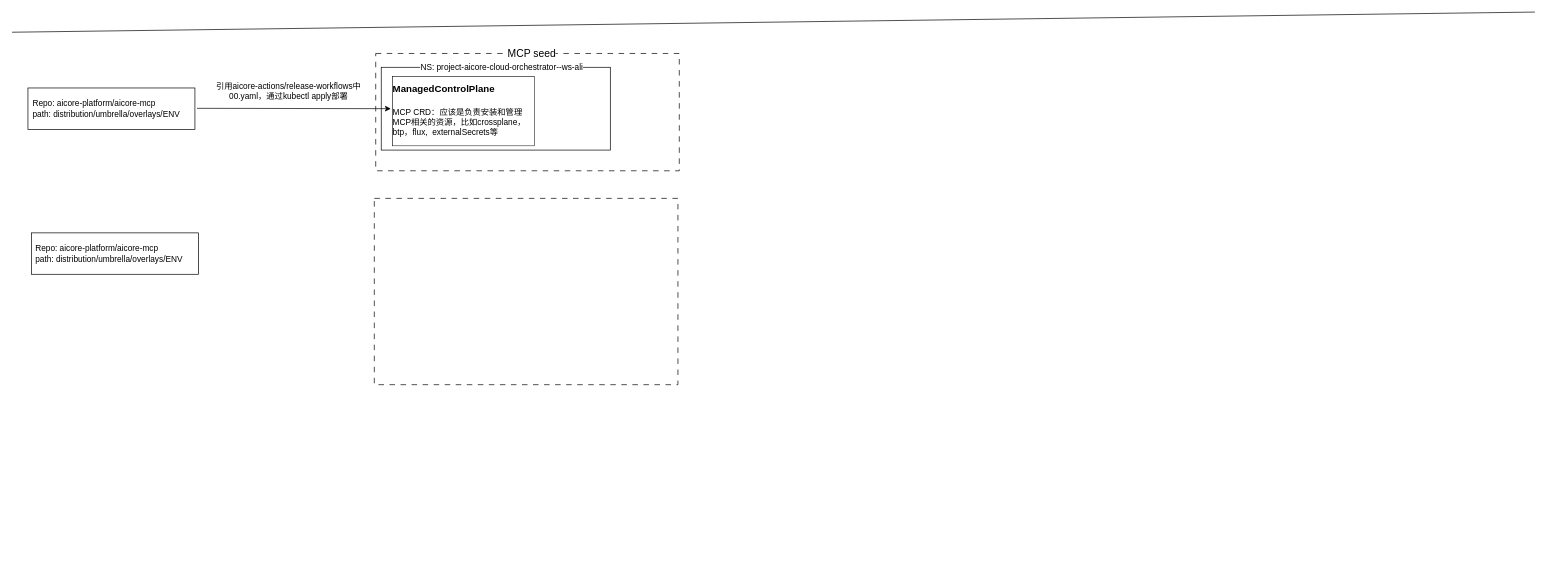
This is Drawio/MCP.drawio from polark-bit/StudyGit, a draw.io file, before an edit. Source tidied: cells renumbered, new cells numbered last; positions are measured from the earlier drawing's top-left corner, leaving out a move shared by most shapes. Both pictures are drawn from the tidied source at 69%, with x=0, y=0 at pixel (12, 12).
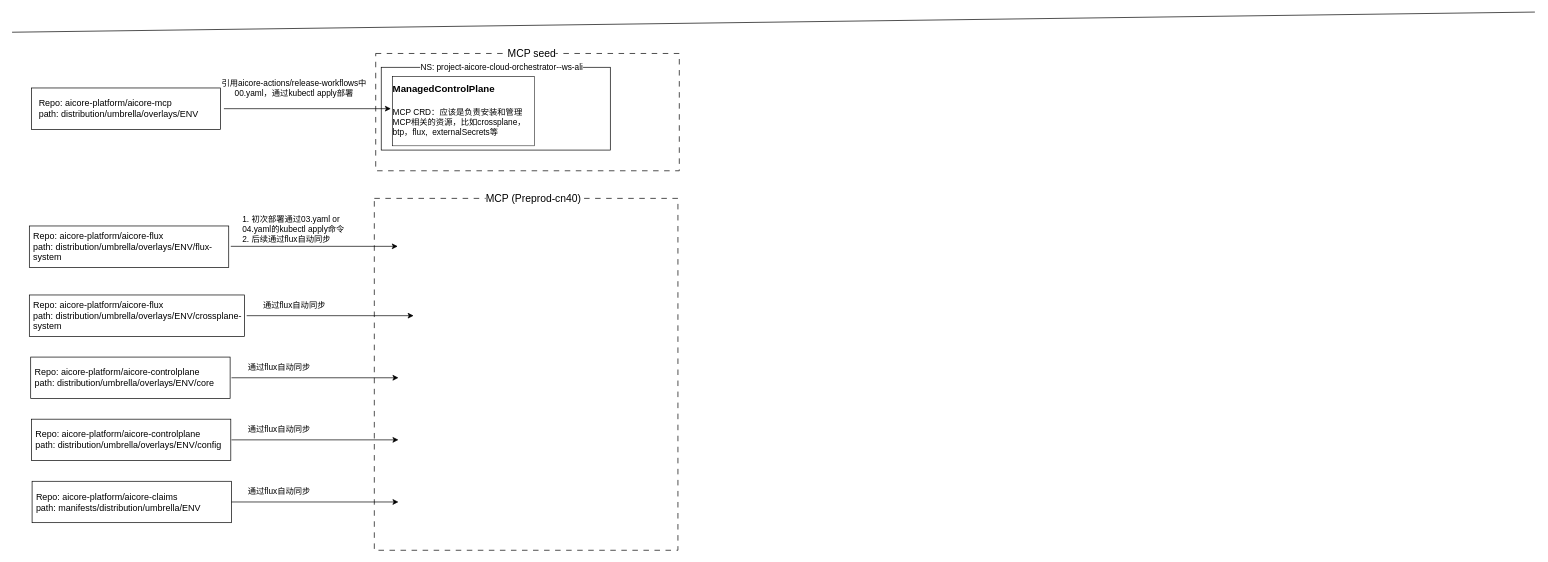
The same diagram, later.

Unchanged cells that the change refers to:
```xml
<mxCell id="11" value="&lt;h1 style=&quot;margin-top: 0px;&quot;&gt;&lt;font style=&quot;font-size: 14px;&quot;&gt;ManagedControlPlane&lt;/font&gt;&lt;/h1&gt;&lt;p&gt;MCP CRD：应该是负责安装和管理MCP相关的资源，比如crossplane，btp，flux,&amp;nbsp; externalSecrets等&lt;/p&gt;" style="text;html=1;whiteSpace=wrap;overflow=hidden;rounded=0;labelBorderColor=default;spacingTop=1;spacingLeft=0;spacingRight=3;align=left;" parent="1" vertex="1">
  <mxGeometry x="549" y="85" width="212" height="110" as="geometry" />
</mxCell>
```

Diff of the diagram source:
```diff
@@
     <mxCell id="4" style="rounded=0;whiteSpace=wrap;html=1;dashed=1;dashPattern=8 8;" parent="1" vertex="1">
-      <mxGeometry x="525" y="270" width="440" height="270" as="geometry" />
+      <mxGeometry x="525" y="270" width="440" height="510" as="geometry" />
     </mxCell>
     <mxCell id="5" style="rounded=0;whiteSpace=wrap;html=1;" parent="1" vertex="1">
-      <mxGeometry x="23" y="110" width="242" height="60" as="geometry" />
+      <mxGeometry x="28" y="110" width="274" height="60" as="geometry" />
     </mxCell>
-    <mxCell id="6" value="Repo:&amp;nbsp;aicore-platform/aicore-mcp&lt;div&gt;path:&amp;nbsp;distribution/umbrella/overlays/ENV&lt;/div&gt;" style="text;html=1;whiteSpace=wrap;strokeColor=none;fillColor=none;align=left;verticalAlign=middle;rounded=0;" parent="1" vertex="1">
-      <mxGeometry x="28" y="110" width="215" height="60" as="geometry" />
+    <mxCell id="6" value="Repo:&amp;nbsp;aicore-platform/aicore-mcp&lt;div&gt;path:&amp;nbsp;distribution/umbrella/overlays/ENV&lt;/div&gt;" style="text;html=1;whiteSpace=wrap;strokeColor=none;fillColor=none;align=left;verticalAlign=middle;rounded=0;fontSize=13;" parent="1" vertex="1">
+      <mxGeometry x="37" y="110" width="215" height="60" as="geometry" />
     </mxCell>
     <mxCell id="7" value="&lt;div&gt;引用aicore-actions/release-workflows中&lt;/div&gt;00.yaml，通过kubectl apply部署" style="text;html=1;whiteSpace=wrap;strokeColor=none;fillColor=none;align=center;verticalAlign=middle;rounded=0;" parent="1" vertex="1">
-      <mxGeometry x="275" y="100" width="252" height="30" as="geometry" />
+      <mxGeometry x="298" y="95" width="222" height="30" as="geometry" />
     </mxCell>
@@
     <mxCell id="12" style="endArrow=classic;html=1;rounded=0;entryX=0;entryY=0.5;entryDx=0;entryDy=0;" parent="1" edge="1" target="11">
       <mxGeometry relative="1" as="geometry">
-        <mxPoint x="268" y="139.5" as="sourcePoint" />
+        <mxPoint x="307" y="140" as="sourcePoint" />
       </mxGeometry>
     </mxCell>
     <mxCell id="13" style="rounded=0;whiteSpace=wrap;html=1;" parent="1" vertex="1">
-      <mxGeometry x="28" y="320" width="242" height="60" as="geometry" />
+      <mxGeometry x="25" y="310" width="289" height="60" as="geometry" />
     </mxCell>
-    <mxCell id="14" value="Repo:&amp;nbsp;aicore-platform/aicore-mcp&lt;div&gt;path:&amp;nbsp;distribution/umbrella/overlays/ENV&lt;/div&gt;" style="text;html=1;whiteSpace=wrap;strokeColor=none;fillColor=none;align=left;verticalAlign=middle;rounded=0;" parent="1" vertex="1">
-      <mxGeometry x="32" y="320" width="215" height="60" as="geometry" />
+    <mxCell id="14" value="Repo:&amp;nbsp;aicore-platform/aicore-flux&lt;div&gt;path:&amp;nbsp;&lt;span style=&quot;background-color: transparent; color: light-dark(rgb(0, 0, 0), rgb(255, 255, 255));&quot;&gt;distribution/umbrella/overlays/ENV/flux-system&lt;/span&gt;&lt;/div&gt;" style="text;html=1;whiteSpace=wrap;strokeColor=none;fillColor=none;align=left;verticalAlign=middle;rounded=0;fontSize=13;" parent="1" vertex="1">
+      <mxGeometry x="29" y="310" width="300" height="60" as="geometry" />
     </mxCell>
+    <mxCell id="15" value="&lt;div&gt;1. 初次部署通过&lt;span style=&quot;background-color: transparent; color: light-dark(rgb(0, 0, 0), rgb(255, 255, 255));&quot;&gt;03.yaml or 04.yaml的kubectl apply命令&lt;/span&gt;&lt;/div&gt;&lt;div&gt;&lt;span style=&quot;background-color: transparent; color: light-dark(rgb(0, 0, 0), rgb(255, 255, 255));&quot;&gt;2. 后续通过flux自动同步&lt;/span&gt;&lt;/div&gt;" style="text;html=1;whiteSpace=wrap;strokeColor=none;fillColor=none;align=left;verticalAlign=middle;rounded=0;" parent="1" vertex="1">
+      <mxGeometry x="332" y="300" width="170" height="30" as="geometry" />
+    </mxCell>
+    <mxCell id="16" style="rounded=0;whiteSpace=wrap;html=1;" parent="1" vertex="1">
+      <mxGeometry x="25" y="410" width="312" height="60" as="geometry" />
+    </mxCell>
+    <mxCell id="17" value="Repo:&amp;nbsp;aicore-platform/aicore-flux&lt;div&gt;path:&amp;nbsp;&lt;span style=&quot;background-color: transparent; color: light-dark(rgb(0, 0, 0), rgb(255, 255, 255));&quot;&gt;distribution/umbrella/overlays/ENV/crossplane-system&lt;/span&gt;&lt;/div&gt;" style="text;html=1;whiteSpace=wrap;strokeColor=none;fillColor=none;align=left;verticalAlign=middle;rounded=0;fontSize=13;" parent="1" vertex="1">
+      <mxGeometry x="29" y="410" width="268" height="60" as="geometry" />
+    </mxCell>
+    <mxCell id="18" value="&lt;div&gt;&lt;span style=&quot;background-color: transparent; color: light-dark(rgb(0, 0, 0), rgb(255, 255, 255));&quot;&gt;通过flux自动同步&lt;/span&gt;&lt;/div&gt;" style="text;html=1;whiteSpace=wrap;strokeColor=none;fillColor=none;align=left;verticalAlign=middle;rounded=0;" parent="1" vertex="1">
+      <mxGeometry x="362" y="410" width="105" height="30" as="geometry" />
+    </mxCell>
+    <mxCell id="19" style="rounded=0;whiteSpace=wrap;html=1;" parent="1" vertex="1">
+      <mxGeometry x="27" y="500" width="289" height="60" as="geometry" />
+    </mxCell>
+    <mxCell id="20" value="Repo:&amp;nbsp;aicore-platform/aicore-controlplane&lt;div&gt;path:&amp;nbsp;&lt;span style=&quot;background-color: transparent; color: light-dark(rgb(0, 0, 0), rgb(255, 255, 255));&quot;&gt;distribution/umbrella/overlays/ENV/core&lt;/span&gt;&lt;/div&gt;" style="text;html=1;whiteSpace=wrap;strokeColor=none;fillColor=none;align=left;verticalAlign=middle;rounded=0;fontSize=13;" parent="1" vertex="1">
+      <mxGeometry x="31" y="500" width="300" height="60" as="geometry" />
+    </mxCell>
+    <mxCell id="21" style="rounded=0;whiteSpace=wrap;html=1;" parent="1" vertex="1">
+      <mxGeometry x="28" y="590" width="289" height="60" as="geometry" />
+    </mxCell>
+    <mxCell id="22" value="Repo:&amp;nbsp;aicore-platform/aicore-controlplane&lt;div&gt;path:&amp;nbsp;&lt;span style=&quot;background-color: transparent; color: light-dark(rgb(0, 0, 0), rgb(255, 255, 255));&quot;&gt;distribution/umbrella/overlays/ENV/config&lt;/span&gt;&lt;/div&gt;" style="text;html=1;whiteSpace=wrap;strokeColor=none;fillColor=none;align=left;verticalAlign=middle;rounded=0;fontSize=13;" parent="1" vertex="1">
+      <mxGeometry x="32" y="590" width="300" height="60" as="geometry" />
+    </mxCell>
+    <mxCell id="23" style="rounded=0;whiteSpace=wrap;html=1;" parent="1" vertex="1">
+      <mxGeometry x="29" y="680" width="289" height="60" as="geometry" />
+    </mxCell>
+    <mxCell id="24" value="Repo:&amp;nbsp;aicore-platform/aicore-claims&lt;div&gt;path:&amp;nbsp;manifests/distribution/umbrella/ENV&lt;/div&gt;" style="text;html=1;whiteSpace=wrap;strokeColor=none;fillColor=none;align=left;verticalAlign=middle;rounded=0;fontSize=13;" parent="1" vertex="1">
+      <mxGeometry x="33" y="680" width="300" height="60" as="geometry" />
+    </mxCell>
+    <mxCell id="25" style="endArrow=classic;html=1;rounded=0;entryX=0;entryY=0.5;entryDx=0;entryDy=0;" parent="1" edge="1">
+      <mxGeometry relative="1" as="geometry">
+        <mxPoint x="317" y="339.5" as="sourcePoint" />
+        <mxPoint x="559" y="339.5" as="targetPoint" />
+      </mxGeometry>
+    </mxCell>
+    <mxCell id="26" style="endArrow=classic;html=1;rounded=0;entryX=0;entryY=0.5;entryDx=0;entryDy=0;" parent="1" edge="1">
+      <mxGeometry relative="1" as="geometry">
+        <mxPoint x="340" y="440" as="sourcePoint" />
+        <mxPoint x="582" y="440" as="targetPoint" />
+      </mxGeometry>
+    </mxCell>
+    <mxCell id="27" value="&lt;div&gt;&lt;span style=&quot;background-color: transparent; color: light-dark(rgb(0, 0, 0), rgb(255, 255, 255));&quot;&gt;通过flux自动同步&lt;/span&gt;&lt;/div&gt;" style="text;html=1;whiteSpace=wrap;strokeColor=none;fillColor=none;align=left;verticalAlign=middle;rounded=0;" parent="1" vertex="1">
+      <mxGeometry x="340" y="500" width="105" height="30" as="geometry" />
+    </mxCell>
+    <mxCell id="28" style="endArrow=classic;html=1;rounded=0;entryX=0;entryY=0.5;entryDx=0;entryDy=0;" parent="1" edge="1">
+      <mxGeometry relative="1" as="geometry">
+        <mxPoint x="318" y="530" as="sourcePoint" />
+        <mxPoint x="560" y="530" as="targetPoint" />
+      </mxGeometry>
+    </mxCell>
+    <mxCell id="29" value="&lt;div&gt;&lt;span style=&quot;background-color: transparent; color: light-dark(rgb(0, 0, 0), rgb(255, 255, 255));&quot;&gt;通过flux自动同步&lt;/span&gt;&lt;/div&gt;" style="text;html=1;whiteSpace=wrap;strokeColor=none;fillColor=none;align=left;verticalAlign=middle;rounded=0;" parent="1" vertex="1">
+      <mxGeometry x="340" y="590" width="105" height="30" as="geometry" />
+    </mxCell>
+    <mxCell id="30" style="endArrow=classic;html=1;rounded=0;entryX=0;entryY=0.5;entryDx=0;entryDy=0;" parent="1" edge="1">
+      <mxGeometry relative="1" as="geometry">
+        <mxPoint x="318" y="620" as="sourcePoint" />
+        <mxPoint x="560" y="620" as="targetPoint" />
+      </mxGeometry>
+    </mxCell>
+    <mxCell id="31" value="&lt;div&gt;&lt;span style=&quot;background-color: transparent; color: light-dark(rgb(0, 0, 0), rgb(255, 255, 255));&quot;&gt;通过flux自动同步&lt;/span&gt;&lt;/div&gt;" style="text;html=1;whiteSpace=wrap;strokeColor=none;fillColor=none;align=left;verticalAlign=middle;rounded=0;" parent="1" vertex="1">
+      <mxGeometry x="340" y="680" width="105" height="30" as="geometry" />
+    </mxCell>
+    <mxCell id="32" style="endArrow=classic;html=1;rounded=0;entryX=0;entryY=0.5;entryDx=0;entryDy=0;" parent="1" edge="1">
+      <mxGeometry relative="1" as="geometry">
+        <mxPoint x="318" y="710" as="sourcePoint" />
+        <mxPoint x="560" y="710" as="targetPoint" />
+      </mxGeometry>
+    </mxCell>
+    <mxCell id="33" value="MCP (Preprod-cn40)" style="text;html=1;whiteSpace=wrap;strokeColor=none;fillColor=none;align=center;verticalAlign=middle;rounded=0;shadow=0;labelBackgroundColor=default;fontSize=15;" parent="1" vertex="1">
+      <mxGeometry x="675" y="250" width="162" height="40" as="geometry" />
+    </mxCell>
```
